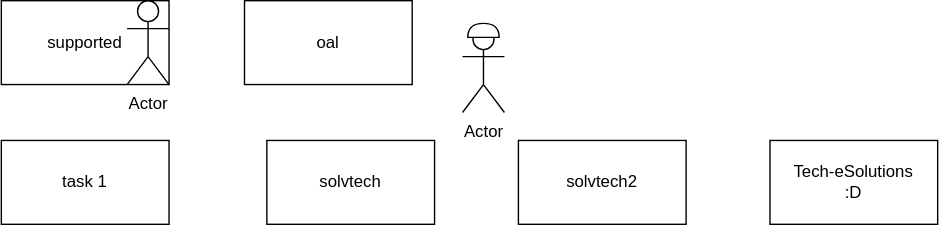
The draw.io diagram systems_analysis/eva2/crear-env-vars-gitbash-windows.drawio.svg in cdvelop/aiep, before a commit. Source tidied: cells renumbered, new cells last; positions are measured from the earlier drawing's top-left corner, leaving out a move shared by most shapes.
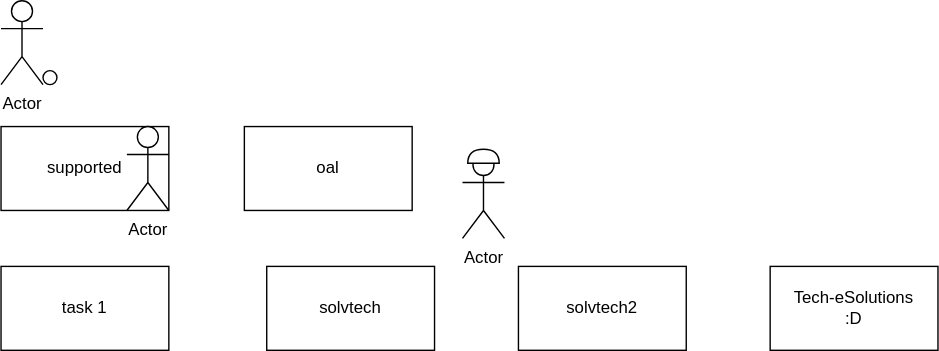
Above is the later version.

What changed in the source:
```diff
@@ -29,5 +29,11 @@
     <mxCell id="10" value="Actor" style="shape=umlActor;verticalLabelPosition=bottom;verticalAlign=top;html=1;" parent="1" vertex="1">
       <mxGeometry x="90" width="30" height="60" as="geometry" />
     </mxCell>
+    <mxCell id="11" value="Actor" style="shape=umlActor;verticalLabelPosition=bottom;verticalAlign=top;html=1;" parent="1" vertex="1">
+      <mxGeometry y="-90" width="30" height="60" as="geometry" />
+    </mxCell>
+    <mxCell id="12" style="ellipse;whiteSpace=wrap;html=1;" parent="1" vertex="1">
+      <mxGeometry x="30" y="-40" width="10" height="10" as="geometry" />
+    </mxCell>
   </root>
 </mxGraphModel>
```
